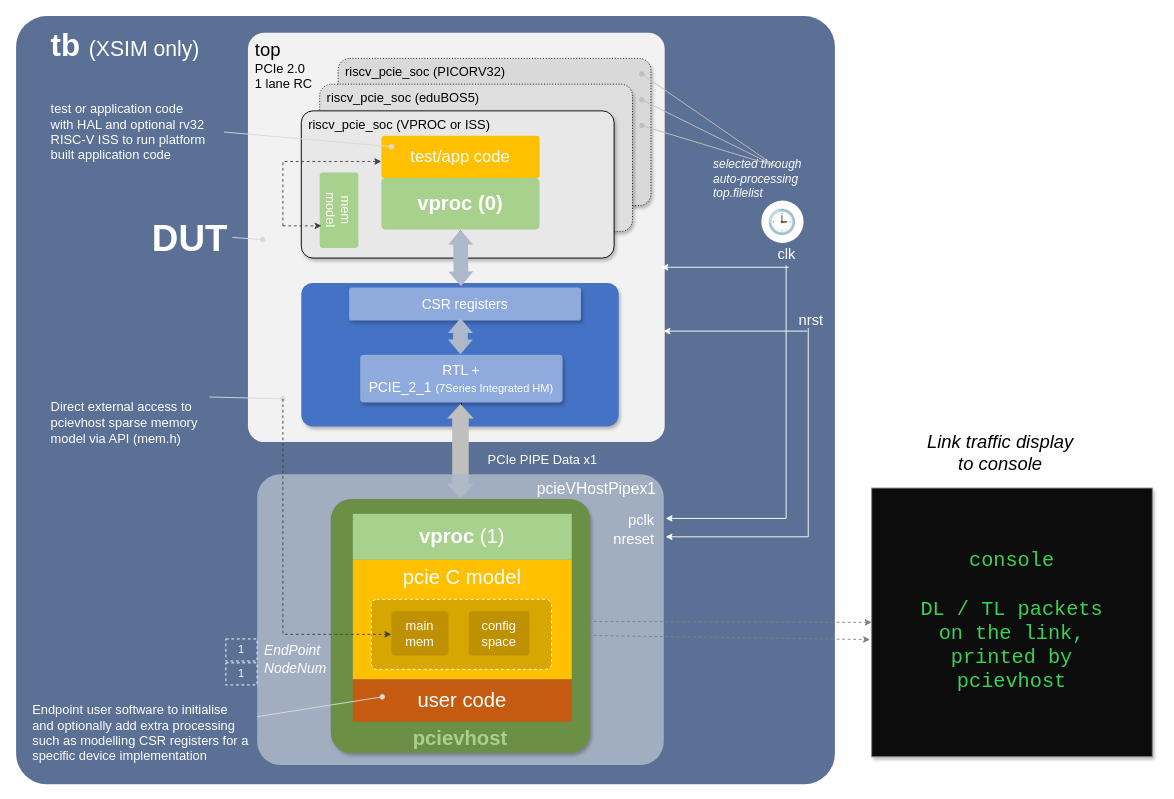
This is 0.doc/5.sim/tb-structure.drawio from chili-chips-ba/openPCIE, a draw.io file, before an edit. Source tidied: cells renumbered, new cells numbered last; positions are measured from the earlier drawing's top-left corner, leaving out a move shared by most shapes. Both pictures are drawn from the tidied source at 92%, with x=0, y=0 at pixel (16, 16).
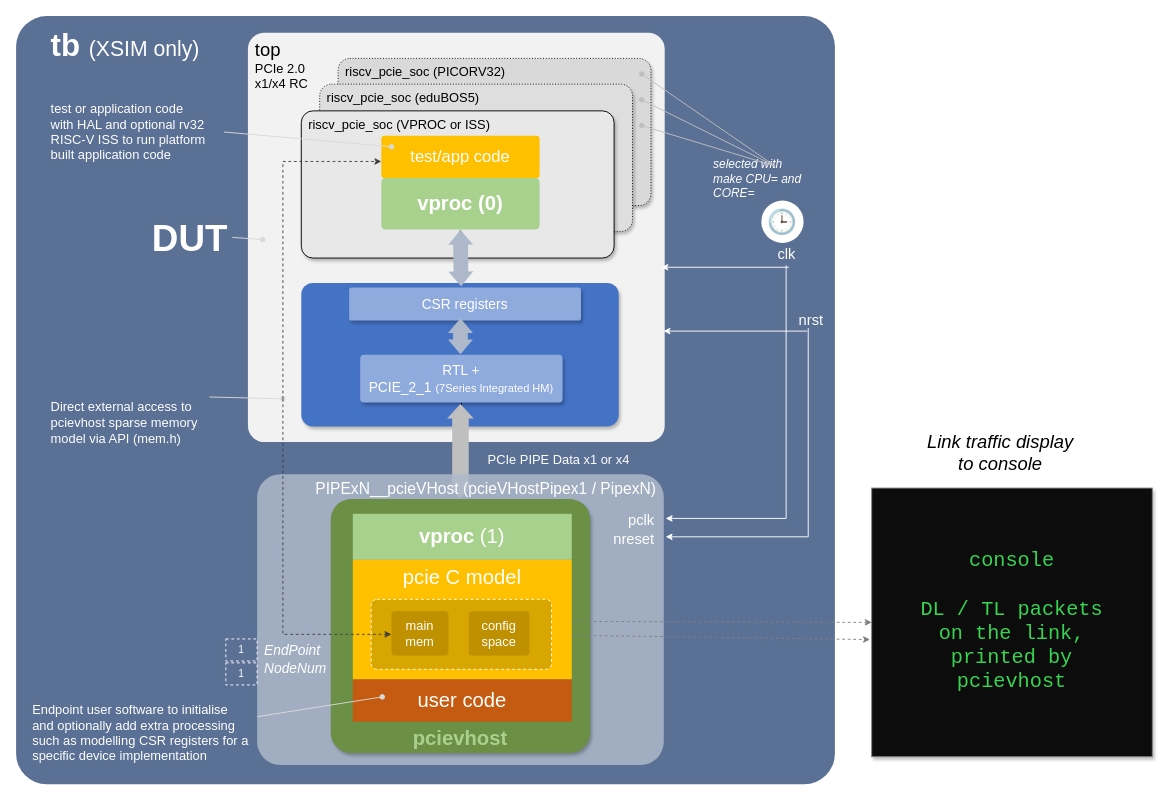
After the change.

Diff of the diagram source:
```diff
@@
-    <mxCell id="5" value="&lt;span style=&quot;font-size:20px&quot;&gt;top&lt;/span&gt;&lt;br&gt;PCIe 2.0&lt;br&gt;1 lane RC" style="rounded=0;whiteSpace=wrap;html=1;arcSize=8;fillColor=none;strokeColor=none;fontColor=#000000;fontSize=14;fontStyle=0;align=left;verticalAlign=top;spacingLeft=6;spacingRight=6;" parent="1" vertex="1">
+    <mxCell id="5" value="&lt;span style=&quot;font-size:20px&quot;&gt;top&lt;/span&gt;&lt;br&gt;PCIe 2.0&lt;br&gt;x1/x4 RC" style="rounded=0;whiteSpace=wrap;html=1;arcSize=8;fillColor=none;strokeColor=none;fontColor=#000000;fontSize=14;fontStyle=0;align=left;verticalAlign=top;spacingLeft=6;spacingRight=6;" parent="1" vertex="1">
       <mxGeometry x="252" y="18" width="160" height="100" as="geometry" />
     </mxCell>
@@
-    <mxCell id="11" value="mem model" style="rounded=1;whiteSpace=wrap;html=1;arcSize=8;fillColor=#a9d18e;strokeColor=none;fontColor=#ffffff;fontSize=14;fontStyle=0;align=center;verticalAlign=middle;spacingLeft=6;spacingRight=6;horizontal=0;rotation=180;" parent="1" vertex="1">
-      <mxGeometry x="330" y="170" width="42" height="82" as="geometry" />
-    </mxCell>
@@
-    <mxCell id="20" value="PCIe PIPE Data x1" style="rounded=0;whiteSpace=wrap;html=1;arcSize=8;fillColor=none;strokeColor=none;fontColor=#ffffff;fontSize=14;fontStyle=0;align=left;verticalAlign=middle;spacingLeft=6;spacingRight=6;" parent="1" vertex="1">
+    <mxCell id="20" value="PCIe PIPE Data x1 or x4" style="rounded=0;whiteSpace=wrap;html=1;arcSize=8;fillColor=none;strokeColor=none;fontColor=#ffffff;fontSize=14;fontStyle=0;align=left;verticalAlign=middle;spacingLeft=6;spacingRight=6;" parent="1" vertex="1">
       <mxGeometry x="505" y="470" width="200" height="24" as="geometry" />
     </mxCell>
@@
-    <mxCell id="25" value="selected through&lt;br&gt;auto-processing&lt;br&gt;top.filelist" style="rounded=0;whiteSpace=wrap;html=1;arcSize=8;fillColor=none;strokeColor=none;fontColor=#ffffff;fontSize=13;fontStyle=2;align=left;verticalAlign=middle;spacingLeft=6;spacingRight=6;" parent="1" vertex="1">
+    <mxCell id="25" value="selected with&lt;br&gt;make CPU= and&lt;br&gt;CORE=" style="rounded=0;whiteSpace=wrap;html=1;arcSize=8;fillColor=none;strokeColor=none;fontColor=#ffffff;fontSize=13;fontStyle=2;align=left;verticalAlign=middle;spacingLeft=6;spacingRight=6;" parent="1" vertex="1">
       <mxGeometry x="750" y="148" width="140" height="58" as="geometry" />
     </mxCell>
@@
-    <mxCell id="36" value="pcieVHostPipex1" style="rounded=1;whiteSpace=wrap;html=1;arcSize=8;fillColor=#adb9ca;strokeColor=none;fontColor=#ffffff;fontSize=17;fontStyle=0;align=right;verticalAlign=top;spacingLeft=6;spacingRight=6;opacity=85;" parent="1" vertex="1">
+    <mxCell id="36" value="PIPExN__pcieVHost (pcieVHostPipex1 / PipexN)" style="rounded=1;whiteSpace=wrap;html=1;arcSize=8;fillColor=#adb9ca;strokeColor=none;fontColor=#ffffff;fontSize=17;fontStyle=0;align=right;verticalAlign=top;spacingLeft=6;spacingRight=6;opacity=85;" parent="1" vertex="1">
       <mxGeometry x="262" y="498" width="442" height="316" as="geometry" />
     </mxCell>
@@
-    <mxCell id="52" style="html=1;endArrow=classic;endSize=5;strokeColor=#404040;dashed=1;rounded=0;" parent="1" edge="1">
-      <mxGeometry relative="1" as="geometry">
-        <mxPoint x="290" y="228" as="sourcePoint" />
-        <mxPoint x="332" y="228" as="targetPoint" />
-      </mxGeometry>
-    </mxCell>
     <mxCell id="53" style="html=1;endArrow=classic;endSize=5;strokeColor=#404040;dashed=1;rounded=0;" parent="1" edge="1">
       <mxGeometry relative="1" as="geometry">
-        <mxPoint x="290" y="228" as="sourcePoint" />
+        <mxPoint x="290" y="416" as="sourcePoint" />
         <mxPoint x="397" y="158" as="targetPoint" />
         <Array as="points">
           <mxPoint x="290" y="158" />
         </Array>
       </mxGeometry>
     </mxCell>
```
